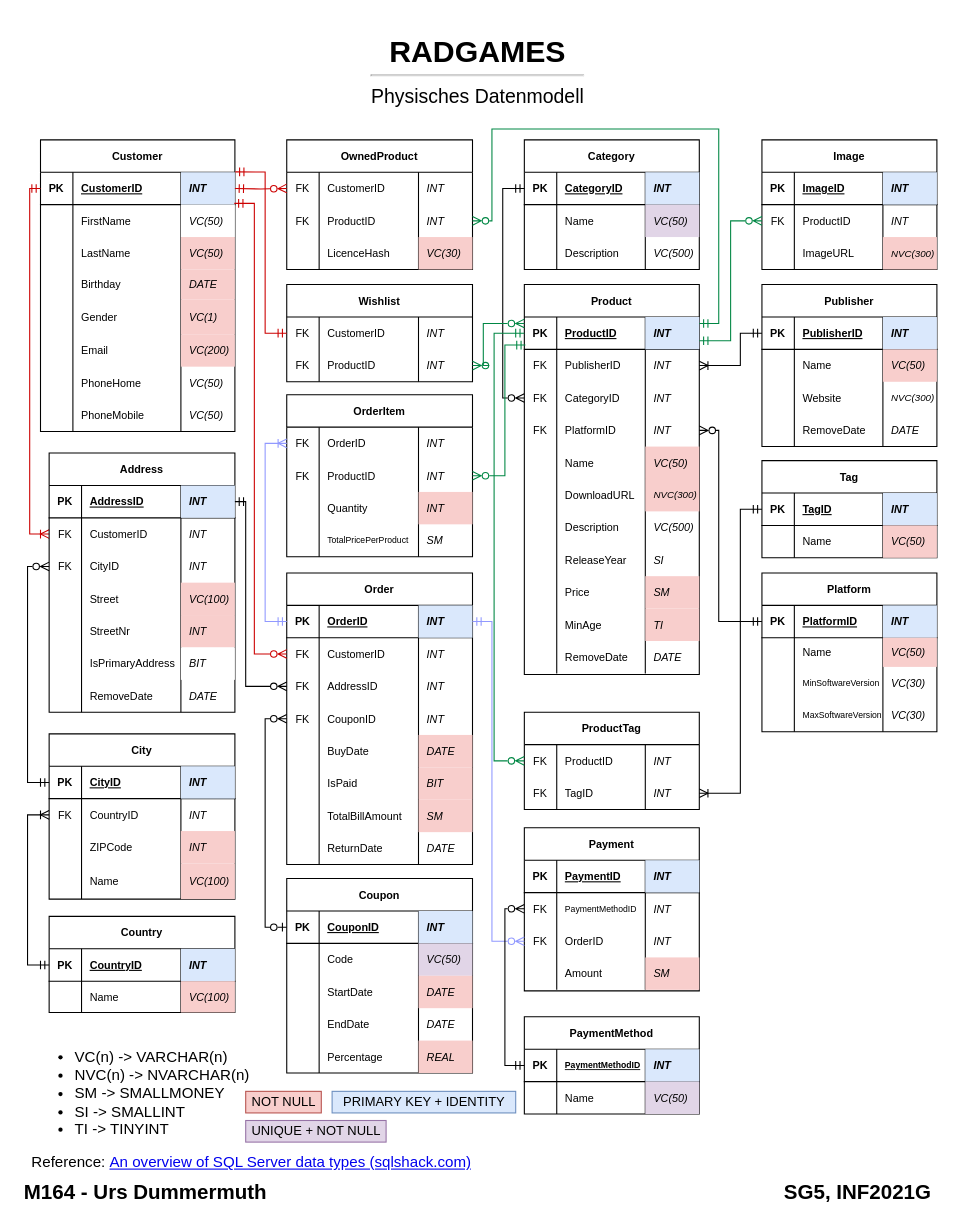
Before: page "Physisch" (3 of 3) of Konzepte/Datenmodell.drawio in TD99/gibb-m164, a draw.io diagram. Source tidied: cells renumbered, new cells numbered last; positions are measured from the earlier drawing's top-left corner, leaving out a move shared by most shapes. Both pictures are drawn from the tidied source at 108%, with x=0, y=0 at pixel (18, 29).
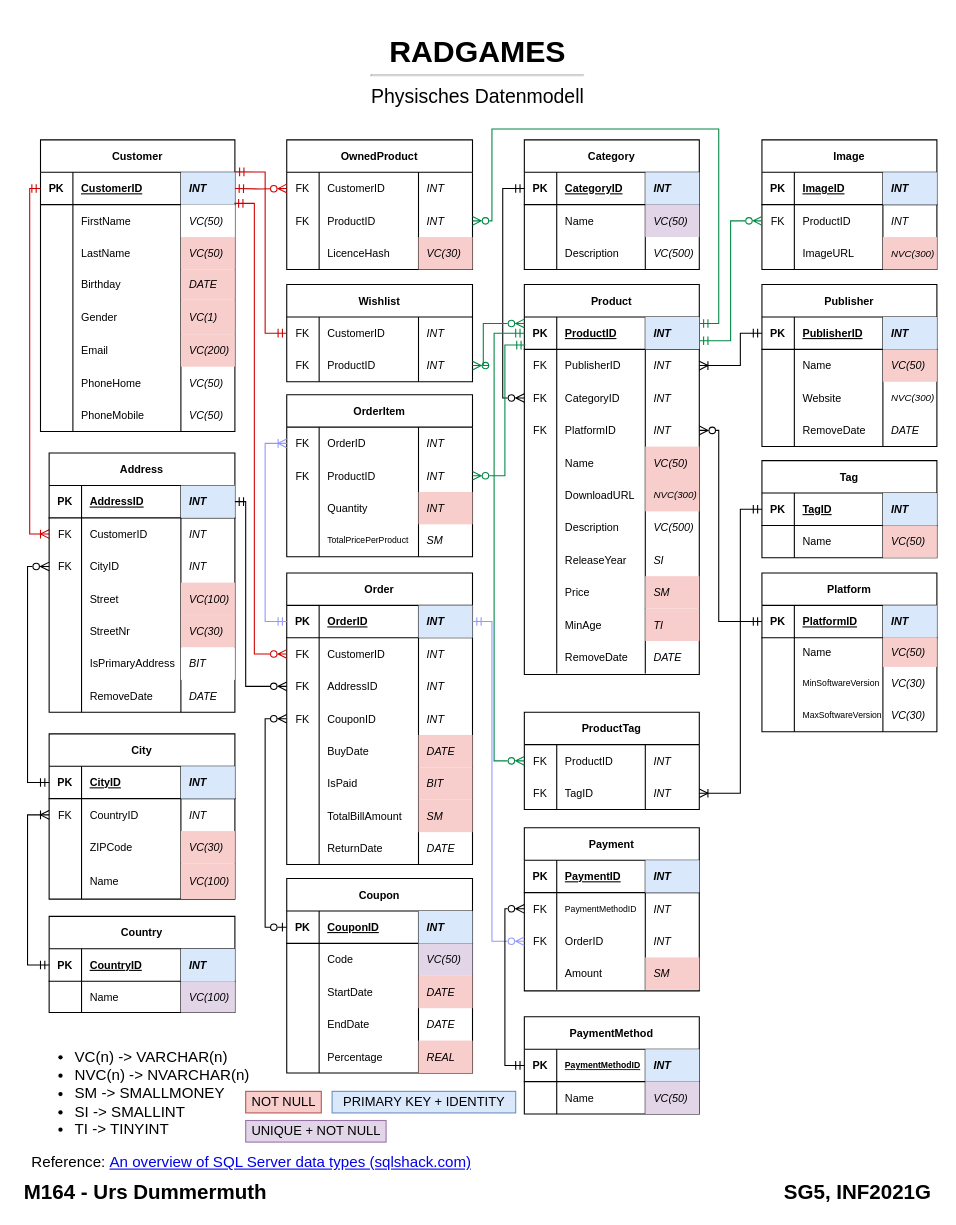
After the change.

The change refers to these unchanged cells:
```xml
<mxCell id="56" style="shape=tableRow;horizontal=0;startSize=0;swimlaneHead=0;swimlaneBody=0;fillColor=none;top=0;left=0;right=0;bottom=0;fontSize=10;" parent="39" vertex="1">
  <mxGeometry y="150" width="172" height="30" as="geometry" />
</mxCell>
<mxCell id="74" style="shape=tableRow;horizontal=0;startSize=0;swimlaneHead=0;swimlaneBody=0;fillColor=none;top=0;left=0;right=0;bottom=0;fontSize=10;" parent="69" vertex="1">
  <mxGeometry y="60" width="172" height="29" as="geometry" />
</mxCell>
<mxCell id="255" style="shape=tableRow;horizontal=0;startSize=0;swimlaneHead=0;swimlaneBody=0;fillColor=none;top=0;left=0;right=0;bottom=0;fontSize=10;" parent="246" vertex="1">
  <mxGeometry y="90" width="172" height="30" as="geometry" />
</mxCell>
```

What changed in the source:
```diff
@@
-    <mxCell id="59" value="INT" style="shape=partialRectangle;fillColor=#f8cecc;top=0;left=0;bottom=0;right=0;align=left;spacingLeft=6;overflow=hidden;fontSize=10;fontStyle=2;strokeColor=#b85450;" parent="56" vertex="1">
+    <mxCell id="59" value="VC(30)" style="shape=partialRectangle;fillColor=#f8cecc;top=0;left=0;bottom=0;right=0;align=left;spacingLeft=6;overflow=hidden;fontSize=10;fontStyle=2;strokeColor=#b85450;" parent="56" vertex="1">
       <mxGeometry x="122" width="50" height="30" as="geometry" />
     </mxCell>
@@
-    <mxCell id="77" value="VC(100)" style="shape=partialRectangle;fillColor=#f8cecc;top=0;left=0;bottom=0;right=0;align=left;spacingLeft=6;overflow=hidden;fontSize=10;fontStyle=2;strokeColor=#b85450;" parent="74" vertex="1">
+    <mxCell id="77" value="VC(100)" style="shape=partialRectangle;fillColor=#e1d5e7;top=0;left=0;bottom=0;right=0;align=left;spacingLeft=6;overflow=hidden;fontSize=10;fontStyle=2;strokeColor=#9673a6;" parent="74" vertex="1">
       <mxGeometry x="122" width="50" height="29" as="geometry" />
     </mxCell>
@@
-    <mxCell id="258" value="INT" style="shape=partialRectangle;fillColor=#f8cecc;top=0;left=0;bottom=0;right=0;align=left;spacingLeft=6;overflow=hidden;fontSize=10;fontStyle=2;strokeColor=#b85450;" parent="255" vertex="1">
+    <mxCell id="258" value="VC(30)" style="shape=partialRectangle;fillColor=#f8cecc;top=0;left=0;bottom=0;right=0;align=left;spacingLeft=6;overflow=hidden;fontSize=10;fontStyle=2;strokeColor=#b85450;" parent="255" vertex="1">
       <mxGeometry x="122" width="50" height="30" as="geometry" />
     </mxCell>
```
